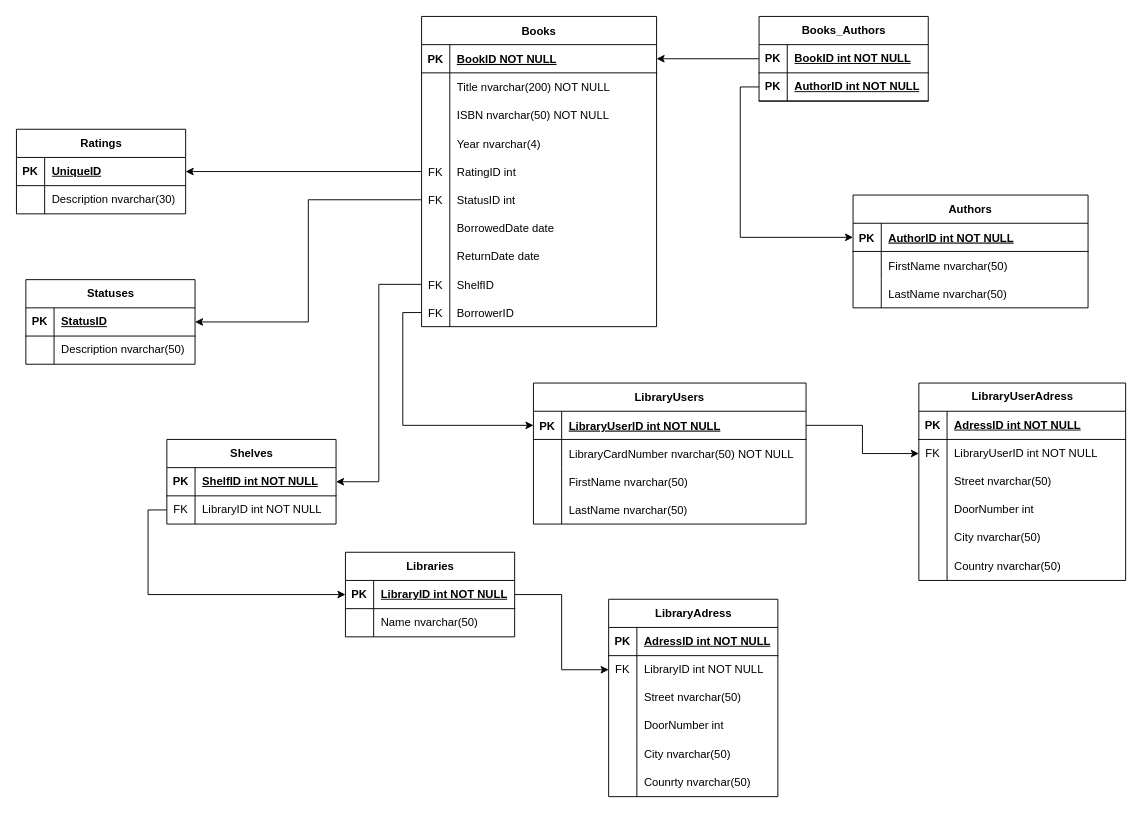
Before: Untitled Diagram.drawio in sarlinkle/LibraryAppWebAPI, a draw.io diagram. Source tidied: cells renumbered, new cells numbered last; positions are measured from the earlier drawing's top-left corner, leaving out a move shared by most shapes. Both pictures are drawn from the tidied source at 94%, with x=0, y=0 at pixel (16, 16).
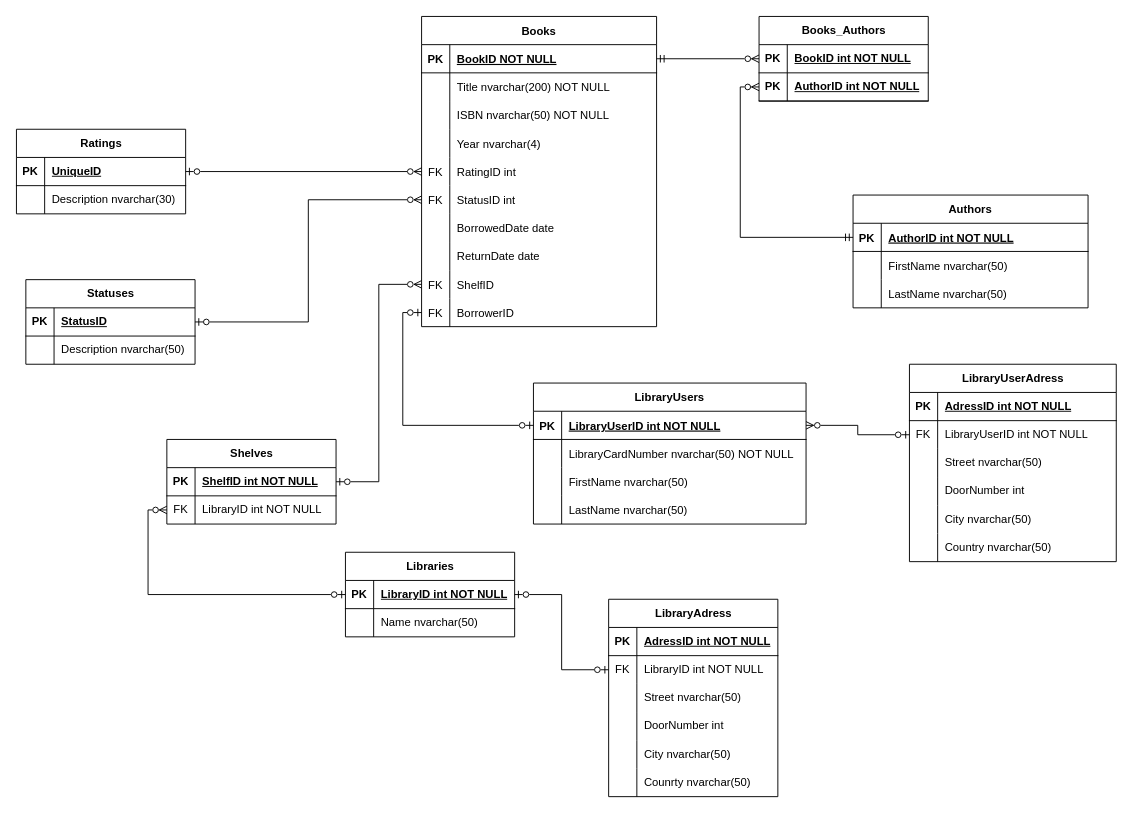
The same page after the edit.

Unchanged cells that the change refers to:
```xml
<mxCell id="3" style="shape=partialRectangle;fillColor=none;points=[[0,0.5],[1,0.5]];portConstraint=eastwest;top=0;left=0;right=0;bottom=1;" parent="2" vertex="1">
  <mxGeometry y="30" width="250" height="30" as="geometry" />
</mxCell>
<mxCell id="13" style="shape=partialRectangle;fillColor=none;points=[[0,0.5],[1,0.5]];portConstraint=eastwest;top=0;left=0;right=0;bottom=1;" parent="12" vertex="1">
  <mxGeometry y="30" width="290" height="30" as="geometry" />
</mxCell>
<mxCell id="26" style="shape=partialRectangle;fillColor=none;points=[[0,0.5],[1,0.5]];portConstraint=eastwest;top=0;left=0;right=0;bottom=1;" parent="25" vertex="1">
  <mxGeometry y="30" width="250" height="30" as="geometry" />
</mxCell>
<mxCell id="38" style="shape=partialRectangle;fillColor=none;points=[[0,0.5],[1,0.5]];portConstraint=eastwest;top=0;left=0;right=0;bottom=0;" parent="25" vertex="1">
  <mxGeometry y="150" width="250" height="30" as="geometry" />
</mxCell>
<mxCell id="41" style="shape=partialRectangle;fillColor=none;points=[[0,0.5],[1,0.5]];portConstraint=eastwest;top=0;left=0;right=0;bottom=0;" parent="25" vertex="1">
  <mxGeometry y="180" width="250" height="30" as="geometry" />
</mxCell>
<mxCell id="50" style="shape=partialRectangle;fillColor=none;points=[[0,0.5],[1,0.5]];portConstraint=eastwest;top=0;left=0;right=0;bottom=0;" parent="25" vertex="1">
  <mxGeometry y="270" width="250" height="30" as="geometry" />
</mxCell>
<mxCell id="53" style="shape=partialRectangle;fillColor=none;points=[[0,0.5],[1,0.5]];portConstraint=eastwest;top=0;left=0;right=0;bottom=0;" parent="25" vertex="1">
  <mxGeometry y="300" width="250" height="30" as="geometry" />
</mxCell>
<mxCell id="57" style="shape=tableRow;horizontal=0;startSize=0;swimlaneHead=0;swimlaneBody=0;fillColor=none;points=[[0,0.5],[1,0.5]];portConstraint=eastwest;top=0;left=0;right=0;bottom=1;" parent="56" vertex="1">
  <mxGeometry y="30" width="180" height="30" as="geometry" />
</mxCell>
<mxCell id="60" style="shape=tableRow;horizontal=0;startSize=0;swimlaneHead=0;swimlaneBody=0;fillColor=none;points=[[0,0.5],[1,0.5]];portConstraint=eastwest;top=0;left=0;right=0;bottom=1;" parent="56" vertex="1">
  <mxGeometry y="60" width="180" height="30" as="geometry" />
</mxCell>
<mxCell id="64" style="shape=tableRow;horizontal=0;startSize=0;swimlaneHead=0;swimlaneBody=0;fillColor=none;points=[[0,0.5],[1,0.5]];portConstraint=eastwest;top=0;left=0;right=0;bottom=1;" parent="63" vertex="1">
  <mxGeometry y="30" width="180" height="30" as="geometry" />
</mxCell>
<mxCell id="67" style="shape=tableRow;horizontal=0;startSize=0;swimlaneHead=0;swimlaneBody=0;fillColor=none;points=[[0,0.5],[1,0.5]];portConstraint=eastwest;top=0;left=0;right=0;bottom=0;" parent="63" vertex="1">
  <mxGeometry y="60" width="180" height="30" as="geometry" />
</mxCell>
<mxCell id="71" style="shape=tableRow;horizontal=0;startSize=0;swimlaneHead=0;swimlaneBody=0;fillColor=none;points=[[0,0.5],[1,0.5]];portConstraint=eastwest;top=0;left=0;right=0;bottom=1;" parent="70" vertex="1">
  <mxGeometry y="30" width="180" height="30" as="geometry" />
</mxCell>
<mxCell id="78" style="shape=tableRow;horizontal=0;startSize=0;swimlaneHead=0;swimlaneBody=0;fillColor=none;points=[[0,0.5],[1,0.5]];portConstraint=eastwest;top=0;left=0;right=0;bottom=1;" parent="77" vertex="1">
  <mxGeometry y="30" width="180" height="30" as="geometry" />
</mxCell>
<mxCell id="86" style="shape=tableRow;horizontal=0;startSize=0;swimlaneHead=0;swimlaneBody=0;fillColor=none;points=[[0,0.5],[1,0.5]];portConstraint=eastwest;top=0;left=0;right=0;bottom=1;" parent="85" vertex="1">
  <mxGeometry y="30" width="180" height="30" as="geometry" />
</mxCell>
<mxCell id="102" style="shape=tableRow;horizontal=0;startSize=0;swimlaneHead=0;swimlaneBody=0;fillColor=none;points=[[0,0.5],[1,0.5]];portConstraint=eastwest;top=0;left=0;right=0;bottom=0;" parent="98" vertex="1">
  <mxGeometry y="60" width="220" height="30" as="geometry" />
</mxCell>
<mxCell id="122" style="shape=tableRow;horizontal=0;startSize=0;swimlaneHead=0;swimlaneBody=0;fillColor=none;points=[[0,0.5],[1,0.5]];portConstraint=eastwest;top=0;left=0;right=0;bottom=0;" parent="118" vertex="1">
  <mxGeometry y="60" width="180" height="30" as="geometry" />
</mxCell>
```

The edit, as a diff of the source:
```diff
@@
-    <mxCell id="84" style="edgeStyle=orthogonalEdgeStyle;rounded=0;jettySize=auto;html=1;exitX=0;exitY=0.5;exitDx=0;exitDy=0;entryX=1;entryY=0.5;entryDx=0;entryDy=0;" parent="1" edge="1" source="50" target="64">
+    <mxCell id="84" style="edgeStyle=orthogonalEdgeStyle;rounded=0;jettySize=auto;html=1;exitX=0;exitY=0.5;exitDx=0;exitDy=0;entryX=1;entryY=0.5;entryDx=0;entryDy=0;startArrow=ERzeroToMany;startFill=0;endArrow=ERzeroToOne;endFill=0;" parent="1" edge="1" source="50" target="64">
       <mxGeometry relative="1" as="geometry" />
     </mxCell>
@@
-    <mxCell id="92" style="edgeStyle=orthogonalEdgeStyle;rounded=0;jettySize=auto;html=1;entryX=1;entryY=0.5;entryDx=0;entryDy=0;" parent="1" edge="1" source="41" target="86">
+    <mxCell id="92" style="edgeStyle=orthogonalEdgeStyle;rounded=0;jettySize=auto;html=1;entryX=1;entryY=0.5;entryDx=0;entryDy=0;startArrow=ERzeroToMany;startFill=0;endArrow=ERzeroToOne;endFill=0;" parent="1" edge="1" source="41" target="86">
       <mxGeometry relative="1" as="geometry" />
     </mxCell>
-    <mxCell id="93" style="edgeStyle=orthogonalEdgeStyle;rounded=0;jettySize=auto;html=1;entryX=1;entryY=0.5;entryDx=0;entryDy=0;" parent="1" edge="1" source="38" target="78">
+    <mxCell id="93" style="edgeStyle=orthogonalEdgeStyle;rounded=0;jettySize=auto;html=1;entryX=1;entryY=0.5;entryDx=0;entryDy=0;startArrow=ERzeroToMany;startFill=0;endArrow=ERzeroToOne;endFill=0;" parent="1" edge="1" source="38" target="78">
       <mxGeometry relative="1" as="geometry" />
     </mxCell>
-    <mxCell id="94" style="edgeStyle=orthogonalEdgeStyle;rounded=0;jettySize=auto;html=1;exitX=0;exitY=0.5;exitDx=0;exitDy=0;entryX=0;entryY=0.5;entryDx=0;entryDy=0;" parent="1" edge="1" source="53" target="13">
+    <mxCell id="94" style="edgeStyle=orthogonalEdgeStyle;rounded=0;jettySize=auto;html=1;exitX=0;exitY=0.5;exitDx=0;exitDy=0;entryX=0;entryY=0.5;entryDx=0;entryDy=0;startArrow=ERzeroToOne;startFill=0;endArrow=ERzeroToOne;endFill=0;" parent="1" edge="1" source="53" target="13">
       <mxGeometry relative="1" as="geometry" />
     </mxCell>
-    <mxCell id="95" style="edgeStyle=orthogonalEdgeStyle;rounded=0;jettySize=auto;html=1;exitX=0;exitY=0.5;exitDx=0;exitDy=0;entryX=1;entryY=0.5;entryDx=0;entryDy=0;" parent="1" edge="1" source="57" target="26">
+    <mxCell id="95" style="edgeStyle=orthogonalEdgeStyle;rounded=0;jettySize=auto;html=1;exitX=0;exitY=0.5;exitDx=0;exitDy=0;entryX=1;entryY=0.5;entryDx=0;entryDy=0;endArrow=ERmandOne;endFill=0;startArrow=ERzeroToMany;startFill=0;" parent="1" edge="1" source="57" target="26">
       <mxGeometry relative="1" as="geometry" />
     </mxCell>
-    <mxCell id="96" style="edgeStyle=orthogonalEdgeStyle;rounded=0;jettySize=auto;html=1;exitX=0;exitY=0.5;exitDx=0;exitDy=0;entryX=0;entryY=0.5;entryDx=0;entryDy=0;" parent="1" edge="1" source="60" target="3">
+    <mxCell id="96" style="edgeStyle=orthogonalEdgeStyle;rounded=0;jettySize=auto;html=1;exitX=0;exitY=0.5;exitDx=0;exitDy=0;entryX=0;entryY=0.5;entryDx=0;entryDy=0;startArrow=ERzeroToMany;startFill=0;endArrow=ERmandOne;endFill=0;" parent="1" edge="1" source="60" target="3">
       <mxGeometry relative="1" as="geometry" />
     </mxCell>
-    <mxCell id="97" style="edgeStyle=orthogonalEdgeStyle;rounded=0;jettySize=auto;html=1;exitX=0;exitY=0.5;exitDx=0;exitDy=0;entryX=0;entryY=0.5;entryDx=0;entryDy=0;" parent="1" edge="1" source="67" target="71">
+    <mxCell id="97" style="edgeStyle=orthogonalEdgeStyle;rounded=0;jettySize=auto;html=1;exitX=0;exitY=0.5;exitDx=0;exitDy=0;entryX=0;entryY=0.5;entryDx=0;entryDy=0;startArrow=ERzeroToMany;startFill=0;endArrow=ERzeroToOne;endFill=0;" parent="1" edge="1" source="67" target="71">
       <mxGeometry relative="1" as="geometry" />
     </mxCell>
     <mxCell id="98" value="LibraryUserAdress" style="shape=table;startSize=30;childLayout=tableLayout;rowLines=0;fontStyle=1;align=center;html=1;" parent="1" vertex="1">
-      <mxGeometry x="960" y="390" width="220" height="210" as="geometry" />
+      <mxGeometry x="950" y="370" width="220" height="210" as="geometry" />
     </mxCell>
@@
-    <mxCell id="117" style="edgeStyle=orthogonalEdgeStyle;rounded=0;jettySize=auto;html=1;exitX=1;exitY=0.5;exitDx=0;exitDy=0;entryX=0;entryY=0.5;entryDx=0;entryDy=0;" parent="1" edge="1" source="13" target="102">
+    <mxCell id="117" style="edgeStyle=orthogonalEdgeStyle;rounded=0;jettySize=auto;html=1;exitX=1;exitY=0.5;exitDx=0;exitDy=0;entryX=0;entryY=0.5;entryDx=0;entryDy=0;startArrow=ERzeroToMany;startFill=0;endArrow=ERzeroToOne;endFill=0;" parent="1" edge="1" source="13" target="102">
       <mxGeometry relative="1" as="geometry" />
     </mxCell>
@@
-    <mxCell id="137" style="edgeStyle=orthogonalEdgeStyle;rounded=0;jettySize=auto;html=1;exitX=1;exitY=0.5;exitDx=0;exitDy=0;entryX=0;entryY=0.5;entryDx=0;entryDy=0;" parent="1" edge="1" source="71" target="122">
+    <mxCell id="137" style="edgeStyle=orthogonalEdgeStyle;rounded=0;jettySize=auto;html=1;exitX=1;exitY=0.5;exitDx=0;exitDy=0;entryX=0;entryY=0.5;entryDx=0;entryDy=0;endArrow=ERzeroToOne;endFill=0;startArrow=ERzeroToOne;startFill=0;" parent="1" edge="1" source="71" target="122">
       <mxGeometry relative="1" as="geometry" />
     </mxCell>
```
